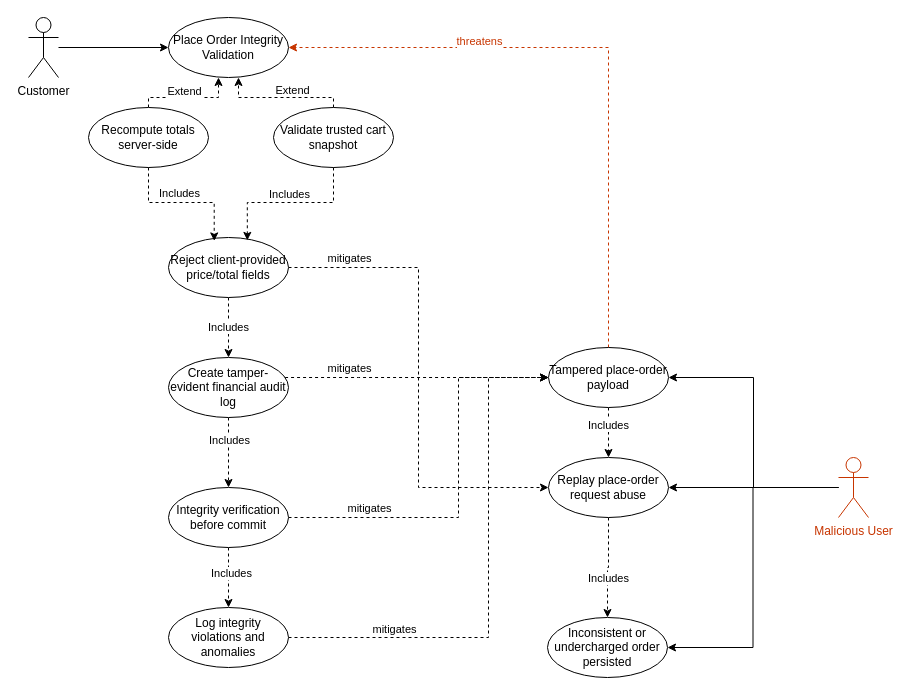
This is docs/abuse-cases/francisco1201373/Payload_Tampering_Place_Order_Abuse_Case.drawio from mei-desofs/desofs2026-thu_crr_1, a draw.io file, before an edit. Source tidied: cells renumbered, new cells numbered last; positions are measured from the earlier drawing's top-left corner, leaving out a move shared by most shapes. Both pictures are drawn from the tidied source at 100%, with x=0, y=0 at pixel (28, 17).
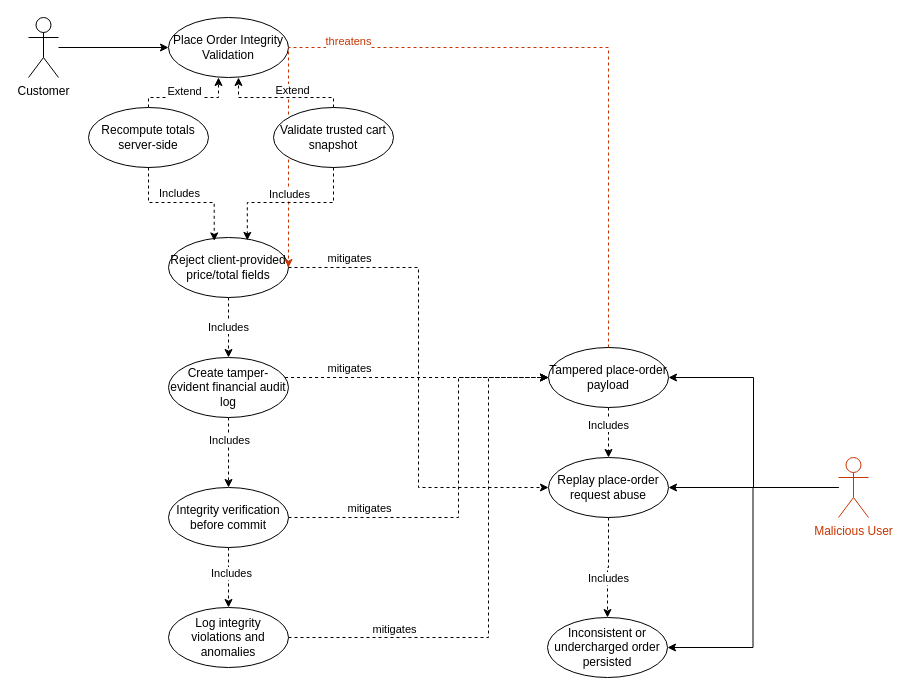
The same page after the edit.

The change refers to these unchanged cells:
```xml
<mxCell id="8" value="Place Order Integrity Validation" style="ellipse;whiteSpace=wrap;html=1;fillColor=light-dark(#FFFFFF,#3399FF);strokeColor=light-dark(#000000,#000000);fontColor=light-dark(#000000,#000000);" parent="1" vertex="1">
  <mxGeometry x="140" width="120" height="60" as="geometry" />
</mxCell>
<mxCell id="11" value="Reject client-provided price/total fields" style="ellipse;whiteSpace=wrap;html=1;fillColor=light-dark(#FFFFFF,#3399FF);strokeColor=light-dark(#000000,#000000);fontColor=light-dark(#000000,#000000);" parent="1" vertex="1">
  <mxGeometry x="140" y="220" width="120" height="60" as="geometry" />
</mxCell>
<mxCell id="30" value="Tampered place-order payload" style="ellipse;whiteSpace=wrap;html=1;fillColor=light-dark(#FFFFFF,#CDA2BE);strokeColor=light-dark(#000000,#000000);fontColor=light-dark(#000000,#000000);" parent="1" vertex="1">
  <mxGeometry x="520" y="330" width="120" height="60" as="geometry" />
</mxCell>
```

Diff of the diagram source:
```diff
@@
-    <mxCell id="26" style="edgeStyle=orthogonalEdgeStyle;rounded=0;jettySize=auto;html=1;exitX=0.5;exitY=0;exitDx=0;exitDy=0;dashed=1;strokeColor=light-dark(#C73500,#FF0000);entryX=1;entryY=0.5;entryDx=0;entryDy=0;" parent="1" edge="1" source="30" target="8">
+    <mxCell id="26" style="edgeStyle=orthogonalEdgeStyle;rounded=0;jettySize=auto;html=1;exitX=0.5;exitY=0;exitDx=0;exitDy=0;dashed=1;strokeColor=light-dark(#C73500,#FF0000);entryX=1;entryY=0.5;entryDx=0;entryDy=0;" parent="1" edge="1" source="30" target="11">
       <mxGeometry relative="1" as="geometry">
         <Array as="points">
           <mxPoint x="580" y="30" />
         </Array>
       </mxGeometry>
     </mxCell>
```
